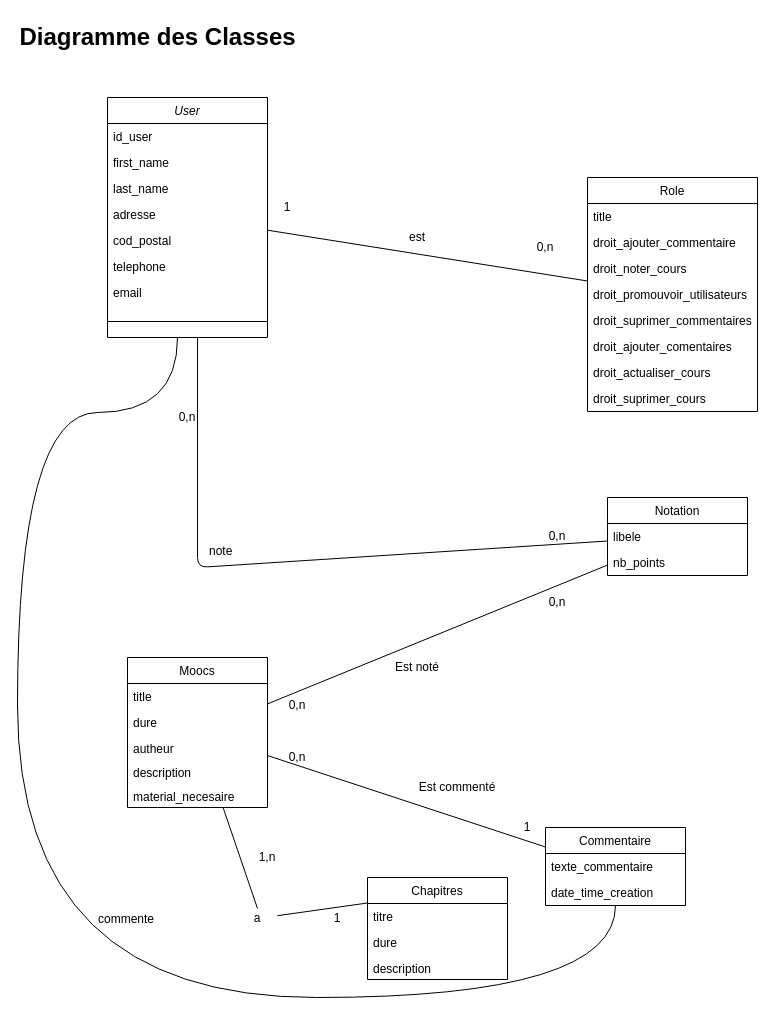
This is page "D. Classes" (1 of 16) of docs_livrables/DiagrammeMoocs_KassisCarina.drawio from carinak6/-simplon_devCloud_Eval_Moocs, a draw.io file, before an edit. Source tidied: cells renumbered, new cells numbered last; positions are measured from the earlier drawing's top-left corner, leaving out a move shared by most shapes. Both pictures are drawn from the tidied source at 100%, with x=0, y=0 at pixel (17, 17).
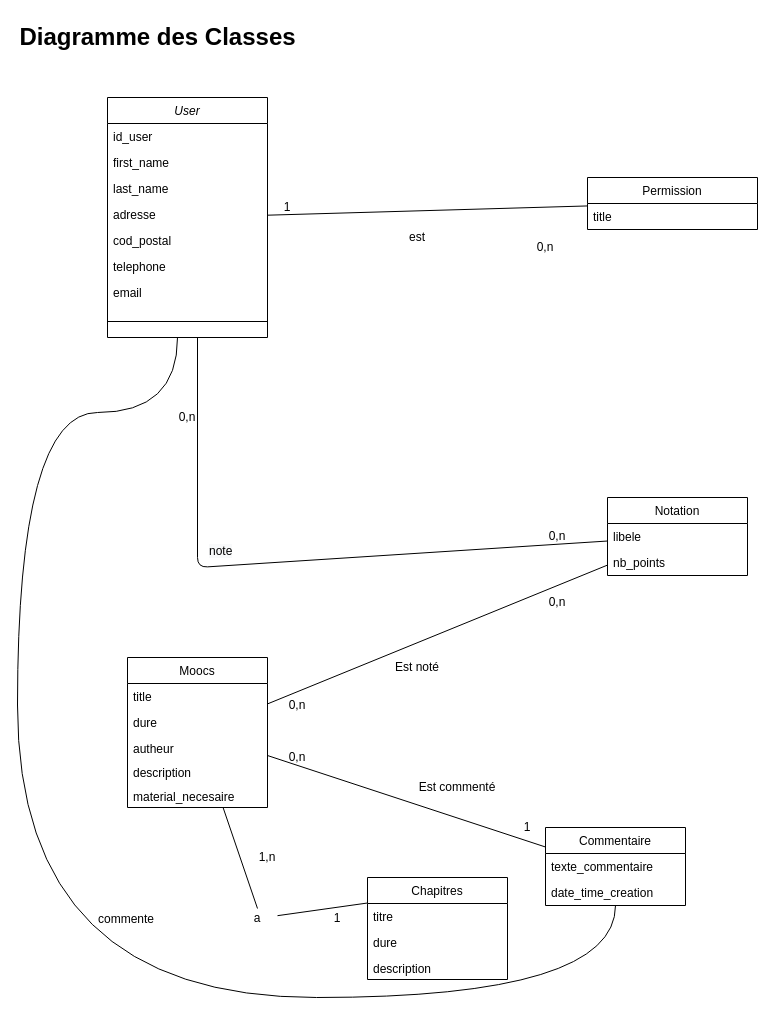
The same diagram, later.

The edit, as a diff of the source:
```diff
@@
-    <mxCell id="31" value="Role" style="swimlane;fontStyle=0;horizontal=1;startSize=26;fillColor=none;" parent="1" vertex="1">
-      <mxGeometry x="570" y="160" width="170" height="234" as="geometry" />
+    <mxCell id="31" value="Permission" style="swimlane;fontStyle=0;horizontal=1;startSize=26;fillColor=none;" parent="1" vertex="1">
+      <mxGeometry x="570" y="160" width="170" height="52" as="geometry" />
     </mxCell>
@@
-    <mxCell id="33" value="droit_ajouter_commentaire" style="text;strokeColor=none;fillColor=none;align=left;verticalAlign=top;spacingLeft=4;spacingRight=4;overflow=hidden;" parent="31" vertex="1">
-      <mxGeometry y="52" width="170" height="26" as="geometry" />
-    </mxCell>
-    <mxCell id="34" value="droit_noter_cours" style="text;strokeColor=none;fillColor=none;align=left;verticalAlign=top;spacingLeft=4;spacingRight=4;overflow=hidden;" parent="31" vertex="1">
-      <mxGeometry y="78" width="170" height="26" as="geometry" />
-    </mxCell>
-    <mxCell id="35" value="droit_promouvoir_utilisateurs" style="text;strokeColor=none;fillColor=none;align=left;verticalAlign=top;spacingLeft=4;spacingRight=4;overflow=hidden;" parent="31" vertex="1">
-      <mxGeometry y="104" width="170" height="26" as="geometry" />
-    </mxCell>
-    <mxCell id="36" value="droit_suprimer_commentaires" style="text;strokeColor=none;fillColor=none;align=left;verticalAlign=top;spacingLeft=4;spacingRight=4;overflow=hidden;" parent="31" vertex="1">
-      <mxGeometry y="130" width="170" height="26" as="geometry" />
-    </mxCell>
-    <mxCell id="37" value="droit_ajouter_comentaires" style="text;strokeColor=none;fillColor=none;align=left;verticalAlign=top;spacingLeft=4;spacingRight=4;overflow=hidden;" parent="31" vertex="1">
-      <mxGeometry y="156" width="170" height="26" as="geometry" />
-    </mxCell>
-    <mxCell id="38" value="droit_actualiser_cours" style="text;strokeColor=none;fillColor=none;align=left;verticalAlign=top;spacingLeft=4;spacingRight=4;overflow=hidden;" parent="31" vertex="1">
-      <mxGeometry y="182" width="170" height="26" as="geometry" />
-    </mxCell>
-    <mxCell id="39" value="droit_suprimer_cours" style="text;strokeColor=none;fillColor=none;align=left;verticalAlign=top;spacingLeft=4;spacingRight=4;overflow=hidden;" parent="31" vertex="1">
-      <mxGeometry y="208" width="170" height="26" as="geometry" />
-    </mxCell>
```
